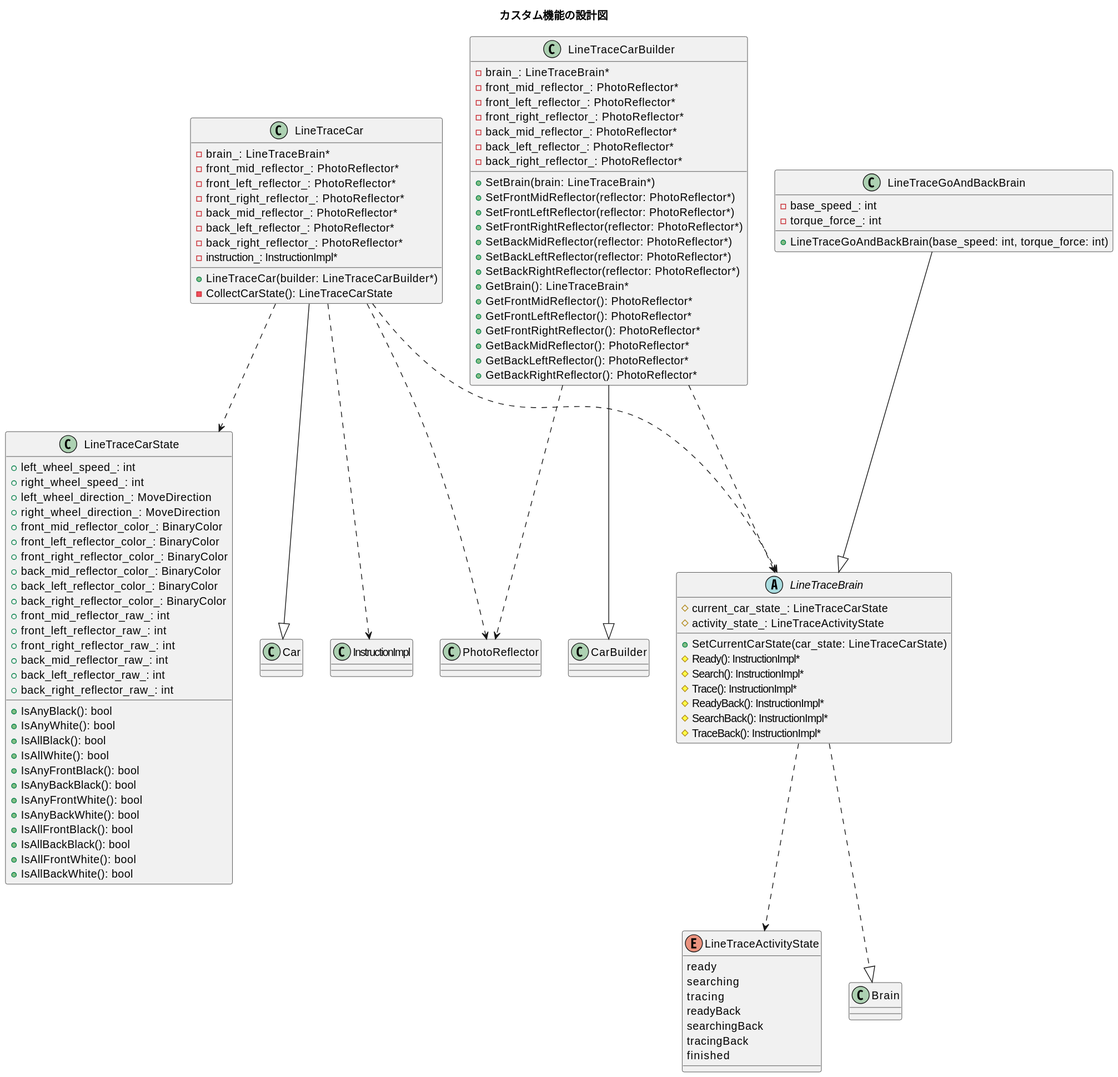
kitakkun/ArduinoCar keeps this PlantUML diagram as uml/img/custom.svg. Above is the earlier version.
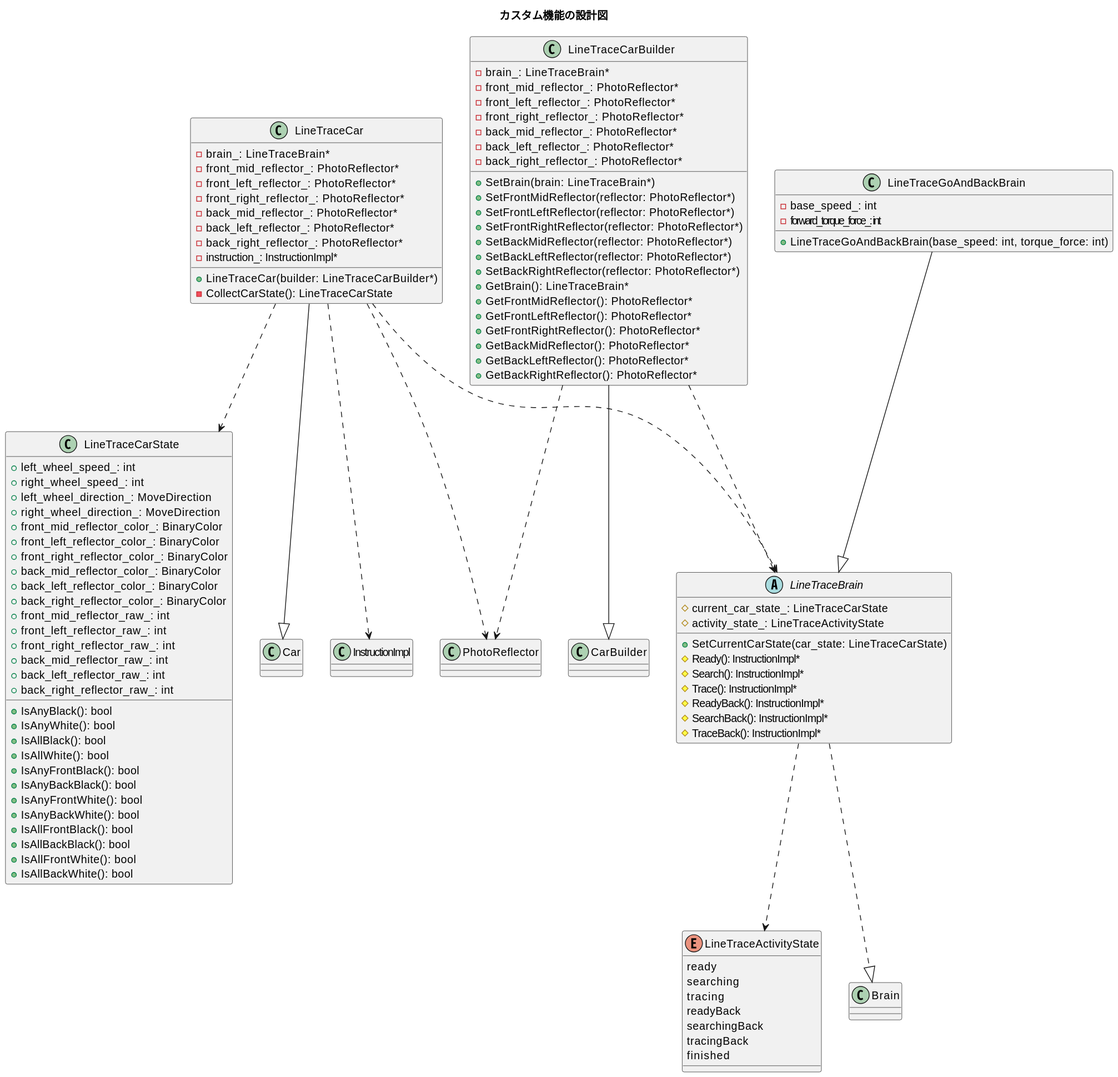
After the change.

Change to the diagram source:
```diff
@@ -95,7 +95,7 @@
 class LineTraceGoAndBackBrain {
 + LineTraceGoAndBackBrain(base_speed: int, torque_force: int)
 - base_speed_: int
-- torque_force_: int
+- forward_torque_force_: int
 }
 
 LineTraceGoAndBackBrain --|> LineTraceBrain
```
